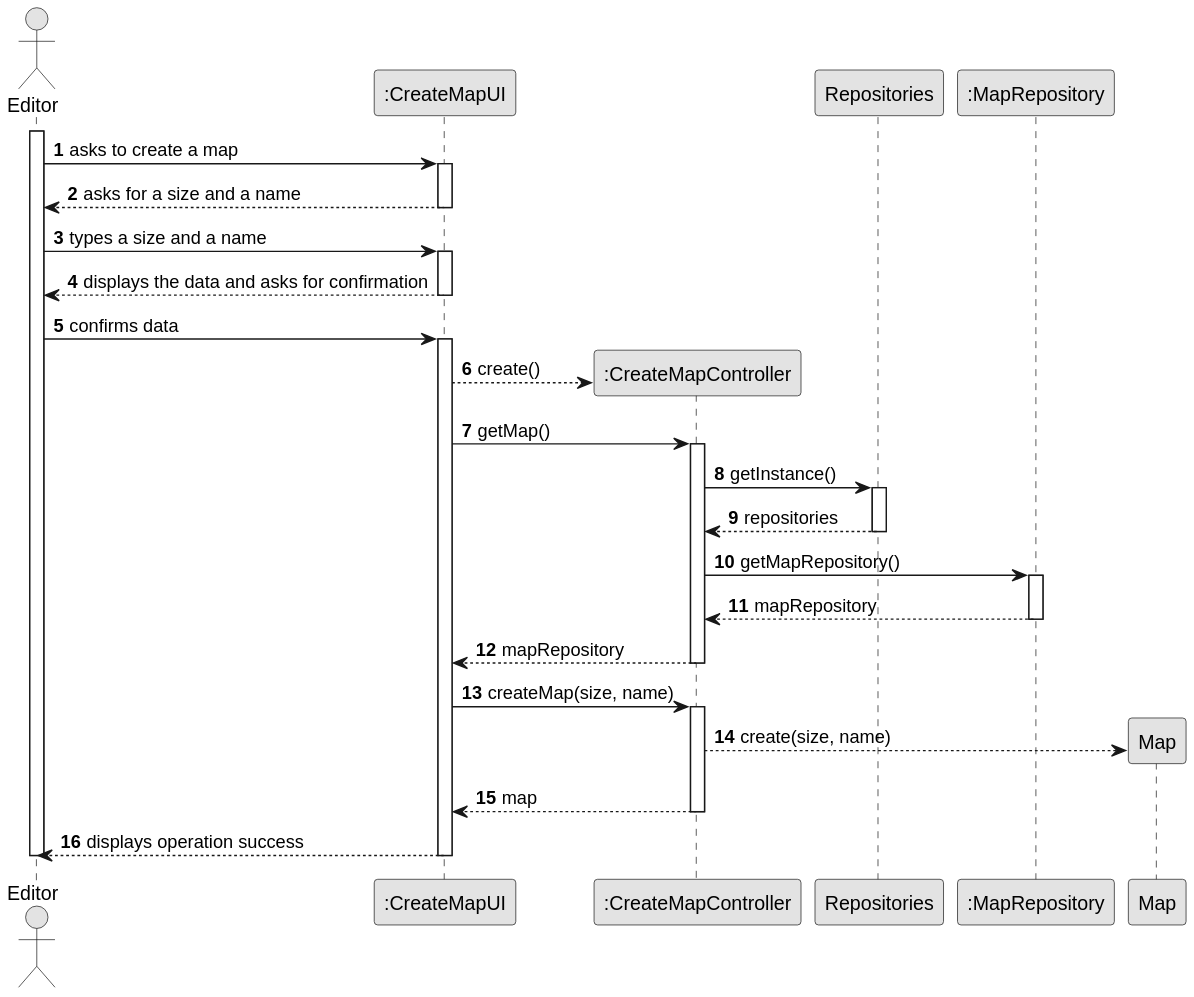
Before: Sprint2/US001/03.design/svg/US001-SD-full.svg, a diagram exported from PlantUML (1240935/pi2-railway-simulator). Its diagram source:
```plantuml
@startuml
skinparam monochrome true
skinparam packageStyle rectangle
skinparam shadowing false

autonumber


    actor "Editor" as EDITOR
    participant ":CreateMapUI" as UI
    participant ":CreateMapController" as CTRL
    participant "Repositories" as REPOS
    participant ":MapRepository" as MAP_REPO
    participant "Map" as MAP

    activate EDITOR

        EDITOR -> UI : asks to create a map
        activate UI

            UI --> EDITOR : asks for a size and a name
        deactivate UI

        EDITOR -> UI :  types a size and a name
        activate UI
            UI --> EDITOR : displays the data and asks for confirmation
        deactivate UI

        EDITOR -> UI : confirms data
        activate UI
                    UI --> CTRL** : create()

         UI -> CTRL : getMap()
                    activate CTRL
                        CTRL -> REPOS : getInstance()
                        activate REPOS
                            REPOS --> CTRL: repositories
                        deactivate REPOS
                        CTRL -> MAP_REPO : getMapRepository()
                                        activate MAP_REPO
                                            MAP_REPO --> CTRL: mapRepository
                                        deactivate MAP_REPO
                                        CTRL --> UI : mapRepository
                                        deactivate CTRL



            UI -> CTRL : createMap(size, name)
            activate CTRL
                CTRL --> MAP**: create(size, name)

                CTRL --> UI : map
                deactivate CTRL
            UI --> EDITOR : displays operation success
        deactivate UI

    deactivate EDITOR
    @enduml
```
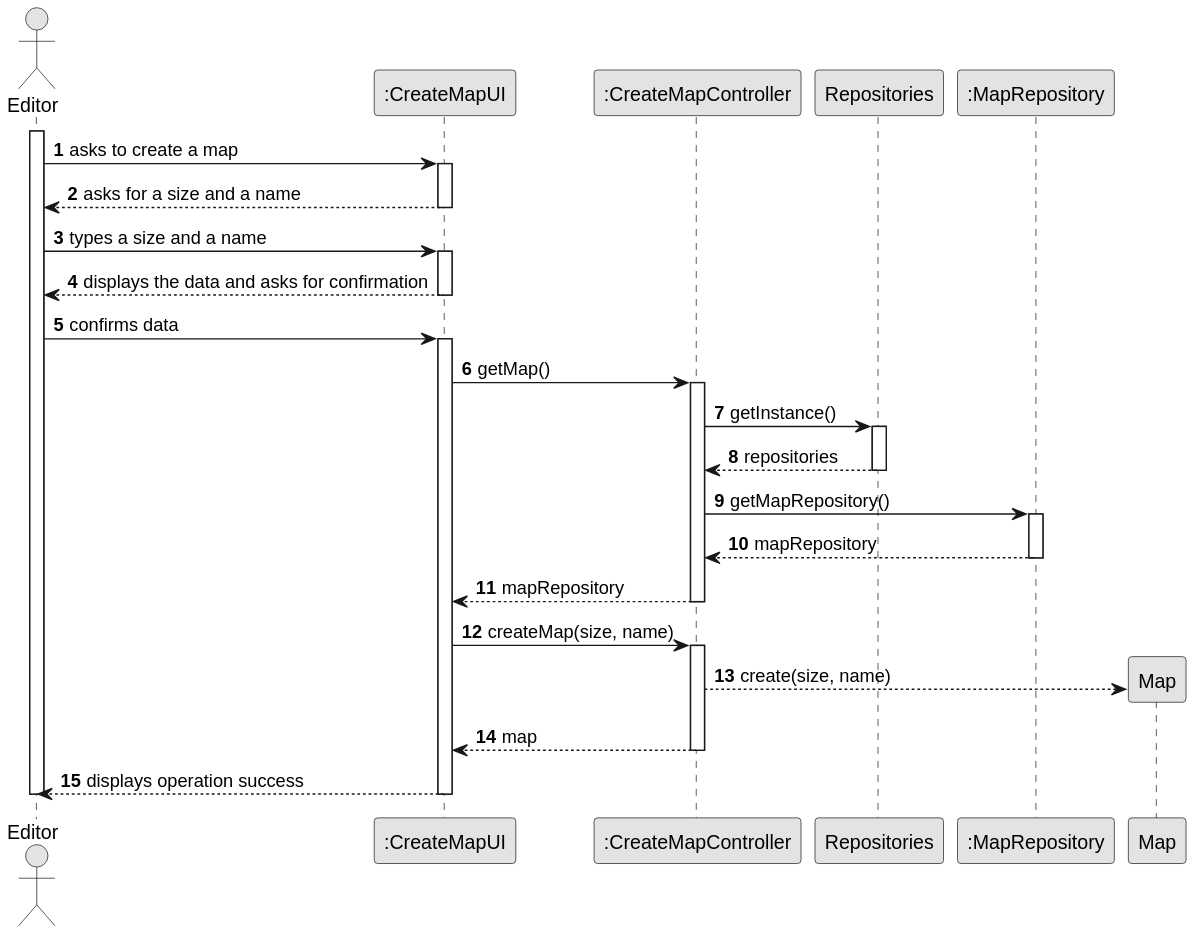
After the change.

What changed in the source:
```diff
@@ -28,7 +28,6 @@
 
         EDITOR -> UI : confirms data
         activate UI
-                    UI --> CTRL** : create()
 
          UI -> CTRL : getMap()
                     activate CTRL
```
